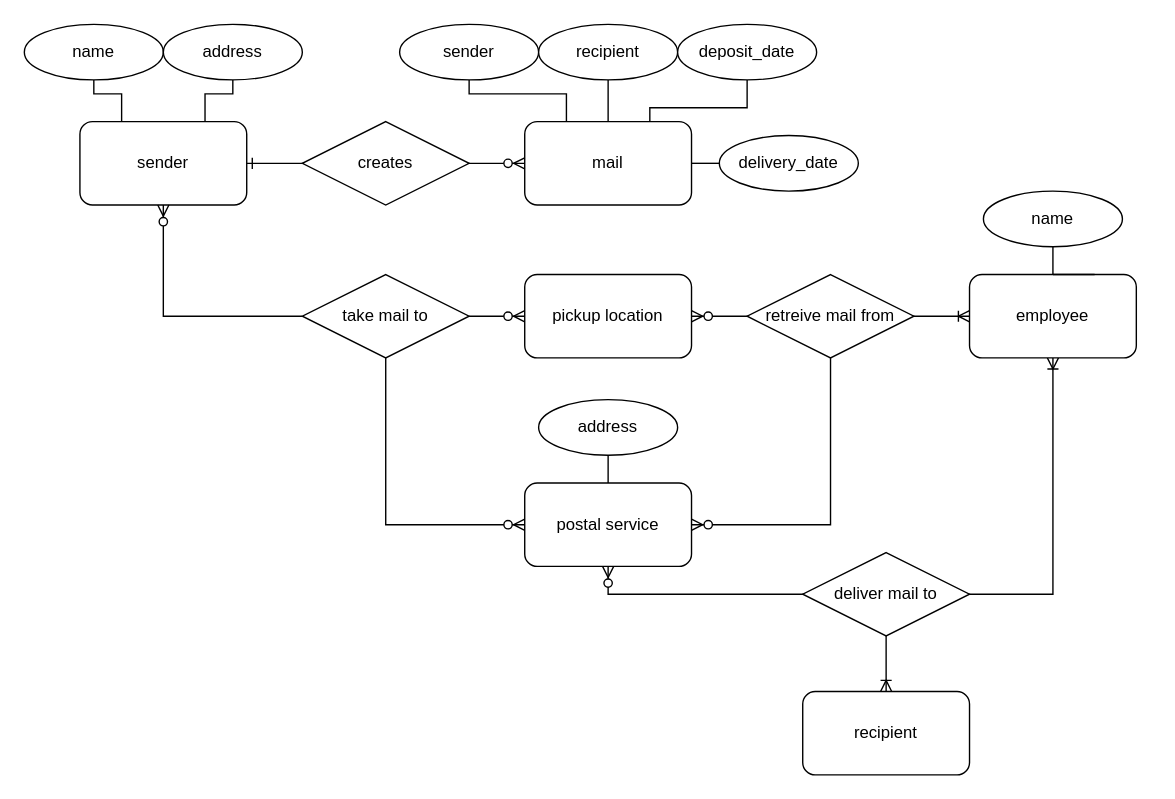
Above: page "ER Diagram" (2 of 3) of postalService.drawio in Kabranlar/CFLMS-Jakob-CodeReview-09 (draw.io), before the change. Source tidied: cells renumbered, new cells numbered last; positions are measured from the earlier drawing's top-left corner, leaving out a move shared by most shapes. Both pictures are drawn from the tidied source at 139%, with x=0, y=0 at pixel (24, 24).
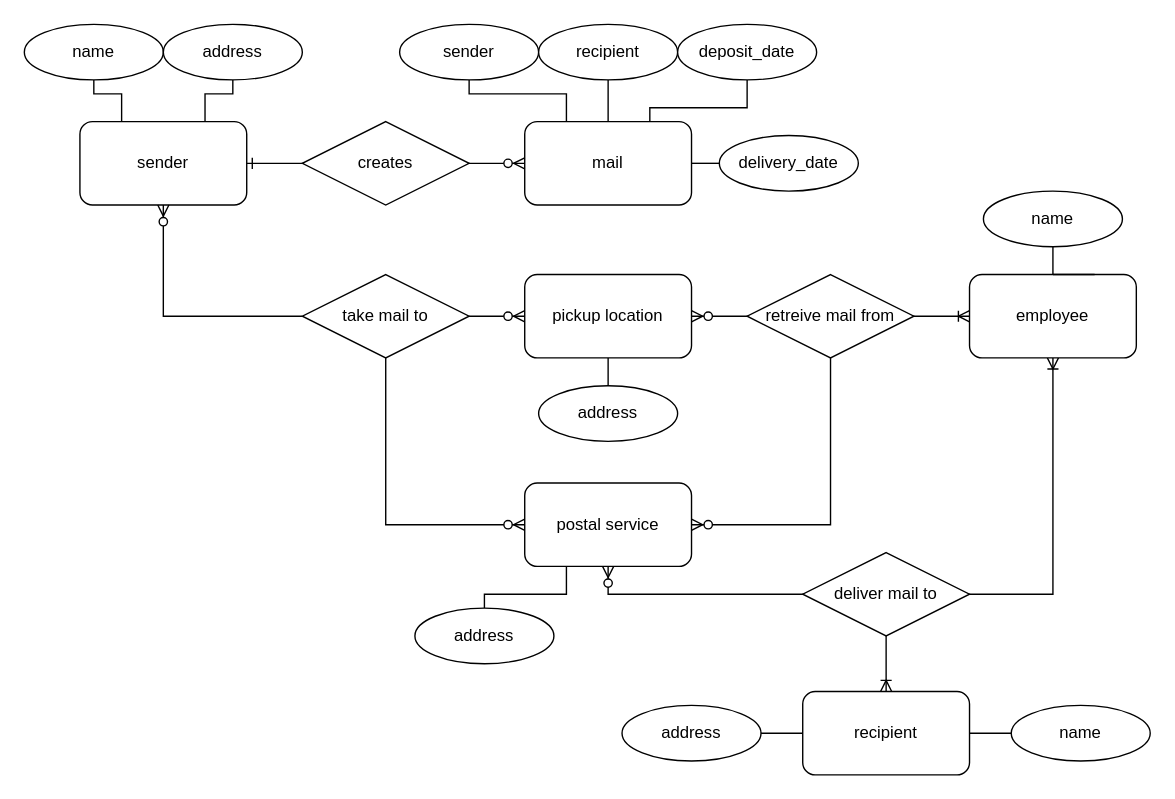
After the change.

Unchanged cells that the change refers to:
```xml
<mxCell id="5" value="pickup location" style="rounded=1;whiteSpace=wrap;html=1;" parent="1" vertex="1">
  <mxGeometry x="360" y="180" width="120" height="60" as="geometry" />
</mxCell>
<mxCell id="10" value="postal service" style="rounded=1;whiteSpace=wrap;html=1;" parent="1" vertex="1">
  <mxGeometry x="360" y="330" width="120" height="60" as="geometry" />
</mxCell>
<mxCell id="11" value="recipient" style="rounded=1;whiteSpace=wrap;html=1;" parent="1" vertex="1">
  <mxGeometry x="560" y="480" width="120" height="60" as="geometry" />
</mxCell>
```

Diff of the diagram source:
```diff
@@
-    <mxCell id="35" style="edgeStyle=orthogonalEdgeStyle;rounded=0;jettySize=auto;html=1;exitX=0.5;exitY=1;exitDx=0;exitDy=0;entryX=0.5;entryY=0;entryDx=0;entryDy=0;startArrow=none;startFill=0;endArrow=none;endFill=0;" parent="1" edge="1" source="36" target="10">
-      <mxGeometry relative="1" as="geometry" />
-    </mxCell>
+    <mxCell id="37" style="edgeStyle=orthogonalEdgeStyle;rounded=0;jettySize=auto;html=1;exitX=0.5;exitY=0;exitDx=0;exitDy=0;entryX=0.5;entryY=1;entryDx=0;entryDy=0;startArrow=none;startFill=0;endArrow=none;endFill=0;" parent="1" edge="1" source="36" target="5">
+      <mxGeometry relative="1" as="geometry" />
+    </mxCell>
     <mxCell id="36" value="address" style="ellipse;whiteSpace=wrap;html=1;align=center;" parent="1" vertex="1">
-      <mxGeometry x="370" y="270" width="100" height="40" as="geometry" />
+      <mxGeometry x="370" y="260" width="100" height="40" as="geometry" />
     </mxCell>
+    <mxCell id="38" style="edgeStyle=orthogonalEdgeStyle;rounded=0;jettySize=auto;html=1;exitX=0;exitY=0.5;exitDx=0;exitDy=0;entryX=1;entryY=0.5;entryDx=0;entryDy=0;startArrow=none;startFill=0;endArrow=none;endFill=0;" parent="1" edge="1" source="39" target="11">
+      <mxGeometry relative="1" as="geometry" />
+    </mxCell>
+    <mxCell id="39" value="name" style="ellipse;whiteSpace=wrap;html=1;align=center;" parent="1" vertex="1">
+      <mxGeometry x="710" y="490" width="100" height="40" as="geometry" />
+    </mxCell>
+    <mxCell id="40" style="edgeStyle=orthogonalEdgeStyle;rounded=0;jettySize=auto;html=1;exitX=1;exitY=0.5;exitDx=0;exitDy=0;entryX=0;entryY=0.5;entryDx=0;entryDy=0;startArrow=none;startFill=0;endArrow=none;endFill=0;" parent="1" edge="1" source="41" target="11">
+      <mxGeometry relative="1" as="geometry" />
+    </mxCell>
+    <mxCell id="41" value="address" style="ellipse;whiteSpace=wrap;html=1;align=center;" parent="1" vertex="1">
+      <mxGeometry x="430" y="490" width="100" height="40" as="geometry" />
+    </mxCell>
+    <mxCell id="42" style="edgeStyle=orthogonalEdgeStyle;rounded=0;jettySize=auto;html=1;exitX=0.5;exitY=0;exitDx=0;exitDy=0;entryX=0.25;entryY=1;entryDx=0;entryDy=0;startArrow=none;startFill=0;endArrow=none;endFill=0;" parent="1" edge="1" source="43" target="10">
+      <mxGeometry relative="1" as="geometry">
+        <Array as="points">
+          <mxPoint x="331" y="410" />
+          <mxPoint x="390" y="410" />
+        </Array>
+      </mxGeometry>
+    </mxCell>
+    <mxCell id="43" value="address" style="ellipse;whiteSpace=wrap;html=1;align=center;" parent="1" vertex="1">
+      <mxGeometry x="281" y="420" width="100" height="40" as="geometry" />
+    </mxCell>
```
